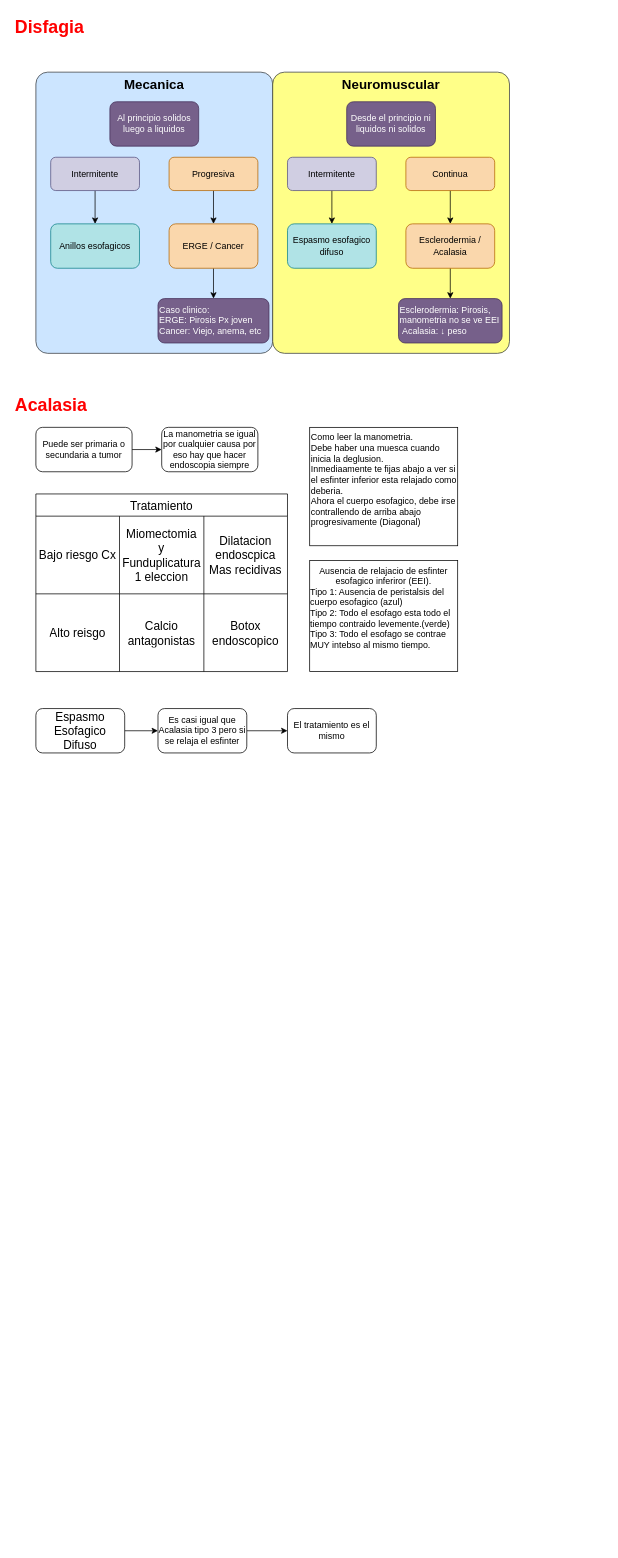
The draw.io diagram Gastro.drawio in Santicabal/Apuntes, before the edit. Source tidied: cells renumbered, new cells numbered last; positions are measured from the earlier drawing's top-left corner, leaving out a move shared by most shapes. Both pictures are drawn from the tidied source at 74%, with x=0, y=0 at pixel (13, 13).
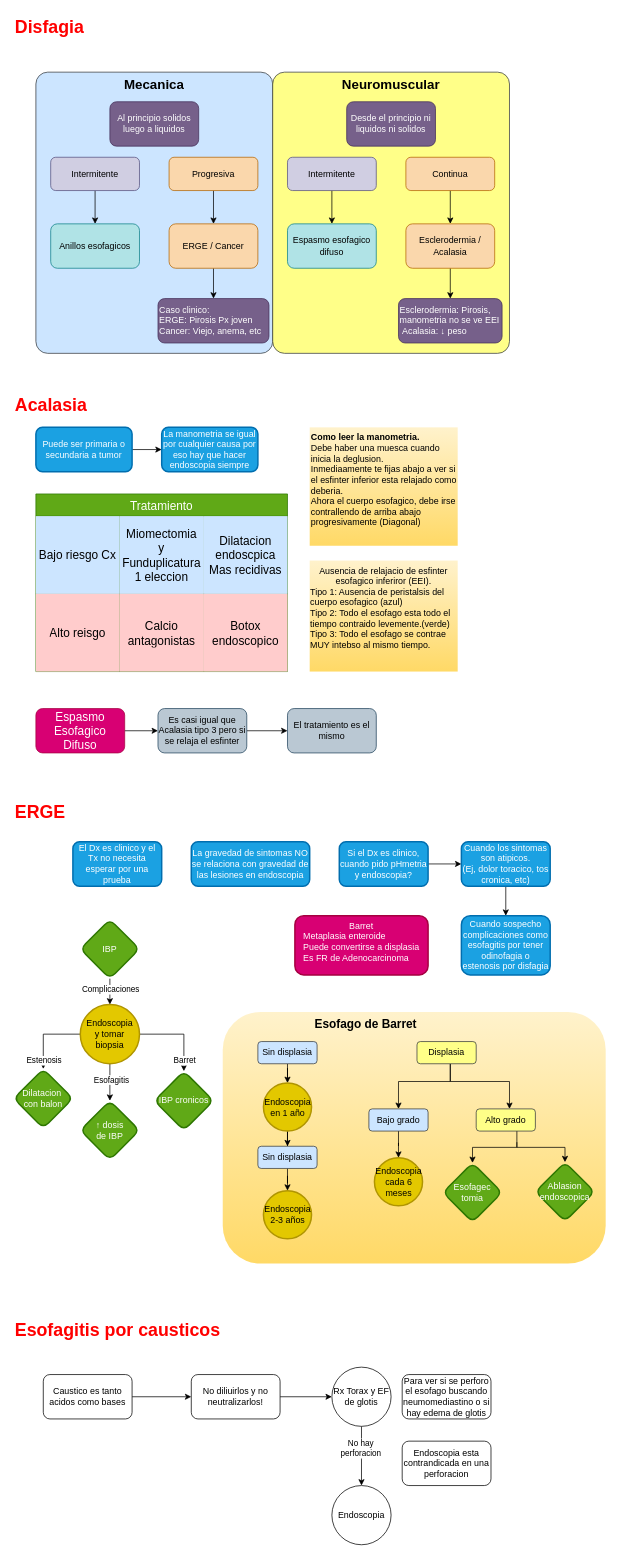
Above is the later version.

The change refers to these unchanged cells:
```xml
<mxCell id="30" style="shape=tableRow;horizontal=0;startSize=0;swimlaneHead=0;swimlaneBody=0;strokeColor=inherit;top=0;left=0;bottom=0;right=0;fillColor=none;fontSize=16;" parent="29" vertex="1">
  <mxGeometry y="30" width="340" height="105" as="geometry" />
</mxCell>
<mxCell id="34" style="shape=tableRow;horizontal=0;startSize=0;swimlaneHead=0;swimlaneBody=0;strokeColor=inherit;top=0;left=0;bottom=0;right=0;fillColor=none;fontSize=16;" parent="29" vertex="1">
  <mxGeometry y="135" width="340" height="105" as="geometry" />
</mxCell>
```

The edit, as a diff of the source:
```diff
@@
+    <mxCell id="43" value="Esofago de Barret" style="rounded=1;whiteSpace=wrap;html=1;fillColor=#fff2cc;gradientColor=#ffd966;strokeColor=none;verticalAlign=top;fontStyle=1;fontSize=16;align=center;spacingLeft=-132;" parent="1" vertex="1">
+      <mxGeometry x="282.5" y="1350" width="517.5" height="340" as="geometry" />
+    </mxCell>
@@
-    <mxCell id="25" value="Puede ser primaria o secundaria a tumor" style="rounded=1;whiteSpace=wrap;html=1;" parent="1" vertex="1">
+    <mxCell id="25" value="Puede ser primaria o secundaria a tumor" style="rounded=1;whiteSpace=wrap;html=1;fillColor=#1ba1e2;fontColor=#ffffff;strokeColor=#006EAF;strokeWidth=2;" parent="1" vertex="1">
       <mxGeometry x="30" y="560" width="130" height="60" as="geometry" />
     </mxCell>
-    <mxCell id="26" value="La manometria se igual por cualquier causa por eso hay que hacer endoscopia siempre" style="rounded=1;whiteSpace=wrap;html=1;" parent="1" vertex="1">
+    <mxCell id="26" value="La manometria se igual por cualquier causa por eso hay que hacer endoscopia siempre" style="rounded=1;whiteSpace=wrap;html=1;fillColor=#1ba1e2;fontColor=#ffffff;strokeColor=#006EAF;strokeWidth=2;" parent="1" vertex="1">
       <mxGeometry x="200" y="560" width="130" height="60" as="geometry" />
     </mxCell>
-    <mxCell id="27" value="Como leer la manometria.&lt;br&gt;Debe haber una muesca cuando inicia la deglusion.&lt;br&gt;Inmediaamente te fijas abajo a ver si el esfinter inferior esta relajado como deberia.&lt;br&gt;Ahora el cuerpo esofagico, debe irse contrallendo de arriba abajo progresivamente (Diagonal)" style="rounded=0;whiteSpace=wrap;html=1;verticalAlign=top;align=left;" parent="1" vertex="1">
+    <mxCell id="27" value="&lt;b&gt;Como leer la manometria.&lt;br&gt;&lt;/b&gt;Debe haber una muesca cuando inicia la deglusion.&lt;br&gt;Inmediaamente te fijas abajo a ver si el esfinter inferior esta relajado como deberia.&lt;br&gt;Ahora el cuerpo esofagico, debe irse contrallendo de arriba abajo progresivamente (Diagonal)" style="rounded=0;whiteSpace=wrap;html=1;verticalAlign=top;align=left;fillColor=#fff2cc;gradientColor=#ffd966;strokeColor=none;" parent="1" vertex="1">
       <mxGeometry x="400" y="560" width="200" height="160" as="geometry" />
     </mxCell>
-    <mxCell id="28" value="Ausencia de relajacio de esfinter esofagico inferiror (EEI).&lt;br&gt;&lt;div style=&quot;text-align: left;&quot;&gt;&lt;span style=&quot;background-color: initial;&quot;&gt;Tipo 1: Ausencia de peristalsis del cuerpo esofagico (azul)&lt;/span&gt;&lt;/div&gt;&lt;div style=&quot;text-align: left;&quot;&gt;&lt;span style=&quot;background-color: initial;&quot;&gt;Tipo 2: Todo el esofago esta todo el tiempo contraido levemente.(verde)&lt;/span&gt;&lt;/div&gt;&lt;div style=&quot;text-align: left;&quot;&gt;&lt;span style=&quot;background-color: initial;&quot;&gt;Tipo 3: Todo el esofago se contrae MUY intebso al mismo tiempo.&lt;/span&gt;&lt;/div&gt;" style="rounded=0;whiteSpace=wrap;html=1;verticalAlign=top;" parent="1" vertex="1">
+    <mxCell id="28" value="Ausencia de relajacio de esfinter esofagico inferiror (EEI).&lt;br&gt;&lt;div style=&quot;text-align: left;&quot;&gt;&lt;span style=&quot;background-color: initial;&quot;&gt;Tipo 1: Ausencia de peristalsis del cuerpo esofagico (azul)&lt;/span&gt;&lt;/div&gt;&lt;div style=&quot;text-align: left;&quot;&gt;&lt;span style=&quot;background-color: initial;&quot;&gt;Tipo 2: Todo el esofago esta todo el tiempo contraido levemente.(verde)&lt;/span&gt;&lt;/div&gt;&lt;div style=&quot;text-align: left;&quot;&gt;&lt;span style=&quot;background-color: initial;&quot;&gt;Tipo 3: Todo el esofago se contrae MUY intebso al mismo tiempo.&lt;/span&gt;&lt;/div&gt;" style="rounded=0;whiteSpace=wrap;html=1;verticalAlign=top;fillColor=#fff2cc;gradientColor=#ffd966;strokeColor=none;" parent="1" vertex="1">
       <mxGeometry x="400" y="740" width="200" height="150" as="geometry" />
     </mxCell>
-    <mxCell id="29" value="Tratamiento" style="shape=table;startSize=30;childLayout=tableLayout;strokeColor=default;fontSize=16;" parent="1" vertex="1">
+    <mxCell id="29" value="Tratamiento" style="shape=table;startSize=30;childLayout=tableLayout;strokeColor=#2D7600;fontSize=16;fillColor=#60a917;fontColor=#ffffff;" parent="1" vertex="1">
       <mxGeometry x="30" y="650" width="340" height="240" as="geometry" />
     </mxCell>
@@
-    <mxCell id="31" value="Bajo riesgo Cx" style="shape=partialRectangle;html=1;whiteSpace=wrap;strokeColor=inherit;overflow=hidden;fillColor=none;top=0;left=0;bottom=0;right=0;fontSize=16;" parent="30" vertex="1">
+    <mxCell id="31" value="Bajo riesgo Cx" style="shape=partialRectangle;html=1;whiteSpace=wrap;strokeColor=#36393d;overflow=hidden;fillColor=#cce5ff;top=0;left=0;bottom=0;right=0;fontSize=16;" parent="30" vertex="1">
       <mxGeometry width="113" height="105" as="geometry" />
     </mxCell>
-    <mxCell id="32" value="Miomectomia&lt;br&gt;y Funduplicatura&lt;br&gt;1 eleccion" style="shape=partialRectangle;html=1;whiteSpace=wrap;strokeColor=inherit;overflow=hidden;fillColor=none;top=0;left=0;bottom=0;right=0;fontSize=16;" parent="30" vertex="1">
+    <mxCell id="32" value="Miomectomia&lt;br&gt;y Funduplicatura&lt;br&gt;1 eleccion" style="shape=partialRectangle;html=1;whiteSpace=wrap;strokeColor=#36393d;overflow=hidden;fillColor=#cce5ff;top=0;left=0;bottom=0;right=0;fontSize=16;" parent="30" vertex="1">
       <mxGeometry x="113" width="114" height="105" as="geometry" />
     </mxCell>
-    <mxCell id="33" value="Dilatacion endoscpica&lt;br&gt;Mas recidivas" style="shape=partialRectangle;html=1;whiteSpace=wrap;strokeColor=inherit;overflow=hidden;fillColor=none;top=0;left=0;bottom=0;right=0;fontSize=16;" parent="30" vertex="1">
+    <mxCell id="33" value="Dilatacion endoscpica&lt;br&gt;Mas recidivas" style="shape=partialRectangle;html=1;whiteSpace=wrap;strokeColor=#36393d;overflow=hidden;fillColor=#cce5ff;top=0;left=0;bottom=0;right=0;fontSize=16;" parent="30" vertex="1">
       <mxGeometry x="227" width="113" height="105" as="geometry" />
     </mxCell>
@@
-    <mxCell id="35" value="Alto reisgo" style="shape=partialRectangle;html=1;whiteSpace=wrap;strokeColor=inherit;overflow=hidden;fillColor=none;top=0;left=0;bottom=0;right=0;fontSize=16;" parent="34" vertex="1">
+    <mxCell id="35" value="Alto reisgo" style="shape=partialRectangle;html=1;whiteSpace=wrap;strokeColor=#36393d;overflow=hidden;fillColor=#ffcccc;top=0;left=0;bottom=0;right=0;fontSize=16;" parent="34" vertex="1">
       <mxGeometry width="113" height="105" as="geometry" />
     </mxCell>
-    <mxCell id="36" value="Calcio antagonistas" style="shape=partialRectangle;html=1;whiteSpace=wrap;strokeColor=inherit;overflow=hidden;fillColor=none;top=0;left=0;bottom=0;right=0;fontSize=16;" parent="34" vertex="1">
+    <mxCell id="36" value="Calcio antagonistas" style="shape=partialRectangle;html=1;whiteSpace=wrap;strokeColor=#36393d;overflow=hidden;fillColor=#ffcccc;top=0;left=0;bottom=0;right=0;fontSize=16;" parent="34" vertex="1">
       <mxGeometry x="113" width="114" height="105" as="geometry" />
     </mxCell>
-    <mxCell id="37" value="Botox endoscopico" style="shape=partialRectangle;html=1;whiteSpace=wrap;strokeColor=inherit;overflow=hidden;fillColor=none;top=0;left=0;bottom=0;right=0;fontSize=16;" parent="34" vertex="1">
+    <mxCell id="37" value="Botox endoscopico" style="shape=partialRectangle;html=1;whiteSpace=wrap;strokeColor=#36393d;overflow=hidden;fillColor=#ffcccc;top=0;left=0;bottom=0;right=0;fontSize=16;" parent="34" vertex="1">
       <mxGeometry x="227" width="113" height="105" as="geometry" />
     </mxCell>
@@
-    <mxCell id="39" value="Espasmo Esofagico Difuso" style="rounded=1;whiteSpace=wrap;html=1;fontSize=16;" parent="1" vertex="1">
+    <mxCell id="39" value="Espasmo Esofagico Difuso" style="rounded=1;whiteSpace=wrap;html=1;fontSize=16;fillColor=#d80073;fontColor=#ffffff;strokeColor=#A50040;" parent="1" vertex="1">
       <mxGeometry x="30" y="940" width="120" height="60" as="geometry" />
     </mxCell>
@@
-    <mxCell id="41" value="Es casi igual que Acalasia tipo 3 pero si se relaja el esfinter" style="rounded=1;whiteSpace=wrap;html=1;" parent="1" vertex="1">
+    <mxCell id="41" value="Es casi igual que Acalasia tipo 3 pero si se relaja el esfinter" style="rounded=1;whiteSpace=wrap;html=1;fillColor=#bac8d3;strokeColor=#23445d;" parent="1" vertex="1">
       <mxGeometry x="195" y="940" width="120" height="60" as="geometry" />
     </mxCell>
-    <mxCell id="42" value="El tratamiento es el mismo" style="rounded=1;whiteSpace=wrap;html=1;" parent="1" vertex="1">
+    <mxCell id="42" value="El tratamiento es el mismo" style="rounded=1;whiteSpace=wrap;html=1;fillColor=#bac8d3;strokeColor=#23445d;" parent="1" vertex="1">
       <mxGeometry x="370" y="940" width="120" height="60" as="geometry" />
     </mxCell>
+    <mxCell id="44" value="ERGE" style="text;strokeColor=none;fillColor=none;html=1;fontSize=24;fontStyle=1;verticalAlign=middle;align=left;fontColor=#FF0000;" parent="1" vertex="1">
+      <mxGeometry y="1060" width="200" height="40" as="geometry" />
+    </mxCell>
+    <mxCell id="45" value="El Dx es clinico y el Tx no necesita esperar por una prueba" style="rounded=1;whiteSpace=wrap;html=1;fillColor=#1ba1e2;fontColor=#ffffff;strokeColor=#006EAF;strokeWidth=2;" parent="1" vertex="1">
+      <mxGeometry x="80" y="1120" width="120" height="60" as="geometry" />
+    </mxCell>
+    <mxCell id="46" value="La gravedad de sintomas NO se relaciona con gravedad de las lesiones en endoscopia" style="rounded=1;whiteSpace=wrap;html=1;fillColor=#1ba1e2;fontColor=#ffffff;strokeColor=#006EAF;strokeWidth=2;" parent="1" vertex="1">
+      <mxGeometry x="240" y="1120" width="160" height="60" as="geometry" />
+    </mxCell>
+    <mxCell id="47" style="edgeStyle=orthogonalEdgeStyle;rounded=0;jettySize=auto;html=1;" parent="1" edge="1" source="48" target="50">
+      <mxGeometry relative="1" as="geometry" />
+    </mxCell>
+    <mxCell id="48" value="Si el Dx es clinico, cuando pido pHmetria y endoscopia?" style="rounded=1;whiteSpace=wrap;html=1;fillColor=#1ba1e2;fontColor=#ffffff;strokeColor=#006EAF;strokeWidth=2;" parent="1" vertex="1">
+      <mxGeometry x="440" y="1120" width="120" height="60" as="geometry" />
+    </mxCell>
+    <mxCell id="49" style="edgeStyle=orthogonalEdgeStyle;rounded=0;jettySize=auto;html=1;" parent="1" edge="1" source="50" target="51">
+      <mxGeometry relative="1" as="geometry" />
+    </mxCell>
+    <mxCell id="50" value="Cuando los sintomas son atipicos. &lt;br&gt;(Ej, dolor toracico, tos cronica, etc)" style="rounded=1;whiteSpace=wrap;html=1;fillColor=#1ba1e2;fontColor=#ffffff;strokeColor=#006EAF;strokeWidth=2;" parent="1" vertex="1">
+      <mxGeometry x="605" y="1120" width="120" height="60" as="geometry" />
+    </mxCell>
+    <mxCell id="51" value="Cuando sospecho complicaciones como esofagitis por tener odinofagia o estenosis por disfagia" style="rounded=1;whiteSpace=wrap;html=1;fillColor=#1ba1e2;fontColor=#ffffff;strokeColor=#006EAF;strokeWidth=2;" parent="1" vertex="1">
+      <mxGeometry x="605" y="1220" width="120" height="80" as="geometry" />
+    </mxCell>
+    <mxCell id="52" value="IBP" style="rhombus;whiteSpace=wrap;html=1;rounded=1;fillColor=#60a917;fontColor=#ffffff;strokeColor=#2D7600;strokeWidth=2;" parent="1" vertex="1">
+      <mxGeometry x="90" y="1225" width="80" height="80" as="geometry" />
+    </mxCell>
+    <mxCell id="53" value="IBP cronicos" style="rhombus;whiteSpace=wrap;html=1;rounded=1;fillColor=#60a917;fontColor=#ffffff;strokeColor=#2D7600;strokeWidth=2;" parent="1" vertex="1">
+      <mxGeometry x="190" y="1430" width="80" height="80" as="geometry" />
+    </mxCell>
+    <mxCell id="54" value="Dilatacion&amp;nbsp;&lt;br&gt;con balon" style="rhombus;whiteSpace=wrap;html=1;rounded=1;direction=south;fillColor=#60a917;fontColor=#ffffff;strokeColor=#2D7600;strokeWidth=2;" parent="1" vertex="1">
+      <mxGeometry y="1427" width="80" height="80" as="geometry" />
+    </mxCell>
+    <mxCell id="55" style="edgeStyle=orthogonalEdgeStyle;rounded=0;jettySize=auto;html=1;" parent="1" edge="1" source="52" target="63">
+      <mxGeometry relative="1" as="geometry" />
+    </mxCell>
+    <mxCell id="56" value="Complicaciones" style="edgeLabel;html=1;align=center;verticalAlign=middle;" parent="55" vertex="1">
+      <mxGeometry x="-0.38" relative="1" as="geometry" />
+    </mxCell>
+    <mxCell id="57" style="edgeStyle=orthogonalEdgeStyle;rounded=0;jettySize=auto;html=1;" parent="1" edge="1" source="63" target="54">
+      <mxGeometry relative="1" as="geometry" />
+    </mxCell>
+    <mxCell id="58" value="Estenosis" style="edgeLabel;html=1;align=center;verticalAlign=middle;" parent="57" vertex="1">
+      <mxGeometry x="0.56" relative="1" as="geometry">
+        <mxPoint y="9" as="offset" />
+      </mxGeometry>
+    </mxCell>
+    <mxCell id="59" style="edgeStyle=orthogonalEdgeStyle;rounded=0;jettySize=auto;html=1;" parent="1" edge="1" source="63" target="53">
+      <mxGeometry relative="1" as="geometry" />
+    </mxCell>
+    <mxCell id="60" value="Barret" style="edgeLabel;html=1;align=center;verticalAlign=middle;" parent="59" vertex="1">
+      <mxGeometry x="0.65" y="2" relative="1" as="geometry">
+        <mxPoint x="-2" y="4" as="offset" />
+      </mxGeometry>
+    </mxCell>
+    <mxCell id="61" style="edgeStyle=orthogonalEdgeStyle;rounded=0;jettySize=auto;html=1;" parent="1" edge="1" source="63" target="64">
+      <mxGeometry relative="1" as="geometry" />
+    </mxCell>
+    <mxCell id="62" value="Esofagitis" style="edgeLabel;html=1;align=center;verticalAlign=middle;" parent="61" vertex="1">
+      <mxGeometry x="-0.18" y="1" relative="1" as="geometry" />
+    </mxCell>
+    <mxCell id="63" value="Endoscopia&lt;br&gt;y tomar biopsia" style="ellipse;whiteSpace=wrap;html=1;fillColor=#e3c800;fontColor=#000000;strokeColor=#B09500;strokeWidth=2;" parent="1" vertex="1">
+      <mxGeometry x="90" y="1340" width="80" height="80" as="geometry" />
+    </mxCell>
+    <mxCell id="64" value="↑ dosis &lt;br&gt;de IBP" style="rhombus;whiteSpace=wrap;html=1;rounded=1;fillColor=#60a917;fontColor=#ffffff;strokeColor=#2D7600;strokeWidth=2;" parent="1" vertex="1">
+      <mxGeometry x="90" y="1470" width="80" height="80" as="geometry" />
+    </mxCell>
+    <mxCell id="65" value="Barret&lt;br&gt;&lt;div style=&quot;text-align: left;&quot;&gt;&lt;span style=&quot;background-color: initial;&quot;&gt;Metaplasia enteroide&lt;/span&gt;&lt;/div&gt;&lt;div style=&quot;text-align: left;&quot;&gt;&lt;span style=&quot;background-color: initial;&quot;&gt;Puede convertirse a displasia&lt;/span&gt;&lt;/div&gt;&lt;div style=&quot;text-align: left;&quot;&gt;&lt;span style=&quot;background-color: initial;&quot;&gt;Es FR de Adenocarcinoma&lt;/span&gt;&lt;/div&gt;" style="rounded=1;whiteSpace=wrap;html=1;verticalAlign=top;fillColor=#d80073;fontColor=#ffffff;strokeColor=#A50040;strokeWidth=2;" parent="1" vertex="1">
+      <mxGeometry x="380" y="1220" width="180" height="80" as="geometry" />
+    </mxCell>
+    <mxCell id="66" style="edgeStyle=orthogonalEdgeStyle;rounded=0;jettySize=auto;html=1;" parent="1" edge="1" source="67" target="72">
+      <mxGeometry relative="1" as="geometry" />
+    </mxCell>
+    <mxCell id="67" value="Sin displasia" style="rounded=1;whiteSpace=wrap;html=1;fillColor=#cce5ff;strokeColor=#36393d;" parent="1" vertex="1">
+      <mxGeometry x="330" y="1390" width="80" height="30" as="geometry" />
+    </mxCell>
+    <mxCell id="68" style="edgeStyle=orthogonalEdgeStyle;rounded=0;jettySize=auto;html=1;" parent="1" edge="1" source="70" target="77">
+      <mxGeometry relative="1" as="geometry">
+        <Array as="points">
+          <mxPoint x="590" y="1444" />
+          <mxPoint x="520" y="1444" />
+        </Array>
+      </mxGeometry>
+    </mxCell>
+    <mxCell id="69" style="edgeStyle=orthogonalEdgeStyle;rounded=0;jettySize=auto;html=1;" parent="1" edge="1" source="70" target="81">
+      <mxGeometry relative="1" as="geometry">
+        <Array as="points">
+          <mxPoint x="590" y="1444" />
+          <mxPoint x="670" y="1444" />
+        </Array>
+      </mxGeometry>
+    </mxCell>
+    <mxCell id="70" value="Displasia" style="rounded=1;whiteSpace=wrap;html=1;fillColor=#ffff88;strokeColor=#36393d;" parent="1" vertex="1">
+      <mxGeometry x="545" y="1390" width="80" height="30" as="geometry" />
+    </mxCell>
+    <mxCell id="71" style="edgeStyle=orthogonalEdgeStyle;rounded=0;jettySize=auto;html=1;" parent="1" edge="1" source="72" target="74">
+      <mxGeometry relative="1" as="geometry" />
+    </mxCell>
+    <mxCell id="72" value="Endoscopia en 1 año" style="ellipse;whiteSpace=wrap;html=1;rounded=1;fillColor=#e3c800;fontColor=#000000;strokeColor=#B09500;strokeWidth=2;" parent="1" vertex="1">
+      <mxGeometry x="337.5" y="1446" width="65" height="65" as="geometry" />
+    </mxCell>
+    <mxCell id="73" style="edgeStyle=orthogonalEdgeStyle;rounded=0;jettySize=auto;html=1;" parent="1" edge="1" source="74" target="75">
+      <mxGeometry relative="1" as="geometry" />
+    </mxCell>
+    <mxCell id="74" value="Sin displasia" style="rounded=1;whiteSpace=wrap;html=1;fillColor=#cce5ff;strokeColor=#36393d;" parent="1" vertex="1">
+      <mxGeometry x="330" y="1531.5" width="80" height="30" as="geometry" />
+    </mxCell>
+    <mxCell id="75" value="Endoscopia &lt;br&gt;2-3 años" style="ellipse;whiteSpace=wrap;html=1;rounded=1;fillColor=#e3c800;fontColor=#000000;strokeColor=#B09500;strokeWidth=2;" parent="1" vertex="1">
+      <mxGeometry x="337.5" y="1591.5" width="65" height="65" as="geometry" />
+    </mxCell>
+    <mxCell id="76" style="edgeStyle=orthogonalEdgeStyle;rounded=0;jettySize=auto;html=1;" parent="1" edge="1" source="77" target="78">
+      <mxGeometry relative="1" as="geometry" />
+    </mxCell>
+    <mxCell id="77" value="Bajo grado" style="rounded=1;whiteSpace=wrap;html=1;fillColor=#cce5ff;strokeColor=#36393d;" parent="1" vertex="1">
+      <mxGeometry x="480" y="1481" width="80" height="30" as="geometry" />
+    </mxCell>
+    <mxCell id="78" value="Endoscopia cada 6 meses" style="ellipse;whiteSpace=wrap;html=1;rounded=1;fillColor=#e3c800;fontColor=#000000;strokeColor=#B09500;strokeWidth=2;" parent="1" vertex="1">
+      <mxGeometry x="487.5" y="1547" width="65" height="65" as="geometry" />
+    </mxCell>
+    <mxCell id="79" style="edgeStyle=orthogonalEdgeStyle;rounded=0;jettySize=auto;html=1;" parent="1" edge="1" source="81" target="82">
+      <mxGeometry relative="1" as="geometry">
+        <Array as="points">
+          <mxPoint x="680" y="1533" />
+          <mxPoint x="620" y="1533" />
+        </Array>
+      </mxGeometry>
+    </mxCell>
+    <mxCell id="80" style="edgeStyle=orthogonalEdgeStyle;rounded=0;jettySize=auto;html=1;entryX=0.5;entryY=0;entryDx=0;entryDy=0;" parent="1" edge="1" target="83">
+      <mxGeometry relative="1" as="geometry">
+        <mxPoint x="680" y="1526" as="sourcePoint" />
+        <Array as="points">
+          <mxPoint x="680" y="1533" />
+          <mxPoint x="745" y="1533" />
+        </Array>
+      </mxGeometry>
+    </mxCell>
+    <mxCell id="81" value="Alto grado" style="rounded=1;whiteSpace=wrap;html=1;fillColor=#ffff88;strokeColor=#36393d;" parent="1" vertex="1">
+      <mxGeometry x="625" y="1481" width="80" height="30" as="geometry" />
+    </mxCell>
+    <mxCell id="82" value="Esofagec&lt;br&gt;tomia" style="rhombus;whiteSpace=wrap;html=1;rounded=1;fillColor=#60a917;fontColor=#ffffff;strokeColor=#2D7600;strokeWidth=2;" parent="1" vertex="1">
+      <mxGeometry x="580" y="1554" width="80" height="80" as="geometry" />
+    </mxCell>
+    <mxCell id="83" value="Ablasion endoscopica" style="rhombus;whiteSpace=wrap;html=1;rounded=1;fillColor=#60a917;fontColor=#ffffff;strokeColor=#2D7600;strokeWidth=2;" parent="1" vertex="1">
+      <mxGeometry x="705" y="1553" width="80" height="80" as="geometry" />
+    </mxCell>
+    <mxCell id="84" value="Esofagitis por causticos" style="text;strokeColor=none;fillColor=none;html=1;fontSize=24;fontStyle=1;verticalAlign=middle;align=left;fontColor=#FF0000;" parent="1" vertex="1">
+      <mxGeometry y="1760" width="200" height="40" as="geometry" />
+    </mxCell>
+    <mxCell id="85" style="edgeStyle=orthogonalEdgeStyle;rounded=0;jettySize=auto;html=1;" parent="1" edge="1" source="86" target="88">
+      <mxGeometry relative="1" as="geometry" />
+    </mxCell>
+    <mxCell id="86" value="Caustico es tanto acidos como bases" style="rounded=1;whiteSpace=wrap;html=1;" parent="1" vertex="1">
+      <mxGeometry x="40" y="1840" width="120" height="60" as="geometry" />
+    </mxCell>
+    <mxCell id="87" style="edgeStyle=orthogonalEdgeStyle;rounded=0;jettySize=auto;html=1;" parent="1" edge="1" source="88" target="91">
+      <mxGeometry relative="1" as="geometry" />
+    </mxCell>
+    <mxCell id="88" value="No diliuirlos y no neutralizarlos!" style="rounded=1;whiteSpace=wrap;html=1;" parent="1" vertex="1">
+      <mxGeometry x="240" y="1840" width="120" height="60" as="geometry" />
+    </mxCell>
+    <mxCell id="89" style="edgeStyle=orthogonalEdgeStyle;rounded=0;jettySize=auto;html=1;" parent="1" edge="1" source="91" target="93">
+      <mxGeometry relative="1" as="geometry" />
+    </mxCell>
+    <mxCell id="90" value="No hay&lt;br&gt;perforacion" style="edgeLabel;html=1;align=center;verticalAlign=middle;" parent="89" vertex="1">
+      <mxGeometry x="-0.28" y="-2" relative="1" as="geometry" />
+    </mxCell>
+    <mxCell id="91" value="Rx Torax y EF de glotis" style="ellipse;whiteSpace=wrap;html=1;rounded=1;" parent="1" vertex="1">
+      <mxGeometry x="430" y="1830" width="80" height="80" as="geometry" />
+    </mxCell>
+    <mxCell id="92" value="Para ver si se perforo el esofago buscando neumomediastino o si hay edema de glotis" style="rounded=1;whiteSpace=wrap;html=1;" parent="1" vertex="1">
+      <mxGeometry x="525" y="1840" width="120" height="60" as="geometry" />
+    </mxCell>
+    <mxCell id="93" value="Endoscopia" style="ellipse;whiteSpace=wrap;html=1;rounded=1;" parent="1" vertex="1">
+      <mxGeometry x="430" y="1990" width="80" height="80" as="geometry" />
+    </mxCell>
+    <mxCell id="94" value="Endoscopia esta contrandicada en una perforacion" style="rounded=1;whiteSpace=wrap;html=1;" parent="1" vertex="1">
+      <mxGeometry x="525" y="1930" width="120" height="60" as="geometry" />
+    </mxCell>
```
